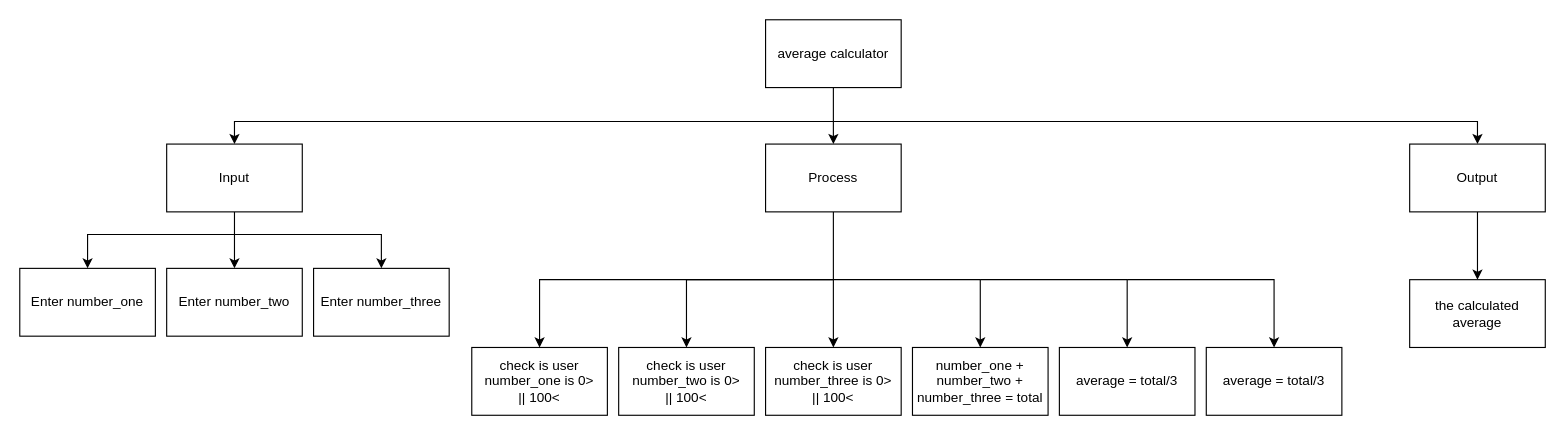
This is TopDown.Drawio from JacksonNaufal/ICS3U-Assignment3-Python, a draw.io file, before an edit. Source tidied: cells renumbered, new cells numbered last; positions are measured from the earlier drawing's top-left corner, leaving out a move shared by most shapes. Both pictures are drawn from the tidied source at 113%, with x=0, y=0 at pixel (19, 19).
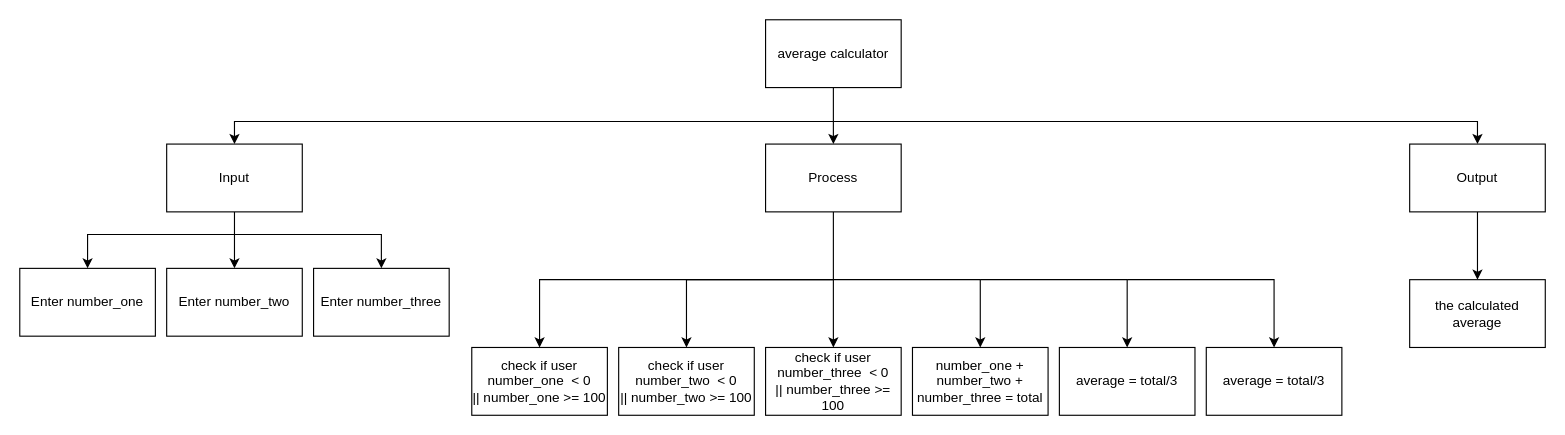
The same page after the edit.

Commit message (it also covers changes not shown here):
FlowChart && TopDown

Change to the diagram source:
```diff
@@
-    <mxCell id="20" value="check is user number_two is 0&amp;gt; &lt;br&gt;|| 100&amp;lt;" style="rounded=0;whiteSpace=wrap;html=1;" parent="1" vertex="1">
+    <mxCell id="20" value="check if user number_two&amp;nbsp; &amp;lt; 0&lt;br&gt;|| number_two &amp;gt;= 100" style="rounded=0;whiteSpace=wrap;html=1;" parent="1" vertex="1">
       <mxGeometry x="530" y="290" width="120" height="60" as="geometry" />
     </mxCell>
-    <mxCell id="21" value="check is user number_three is 0&amp;gt; &lt;br&gt;|| 100&amp;lt;" style="rounded=0;whiteSpace=wrap;html=1;" parent="1" vertex="1">
+    <mxCell id="21" value="check if user number_three&amp;nbsp; &amp;lt; 0&lt;br&gt;|| number_three &amp;gt;= 100" style="rounded=0;whiteSpace=wrap;html=1;" parent="1" vertex="1">
       <mxGeometry x="660" y="290" width="120" height="60" as="geometry" />
     </mxCell>
@@
-    <mxCell id="23" value="check is user number_one is 0&amp;gt; &lt;br&gt;|| 100&amp;lt;" style="rounded=0;whiteSpace=wrap;html=1;" parent="1" vertex="1">
+    <mxCell id="23" value="check if user number_one&amp;nbsp; &amp;lt; 0&lt;br&gt;|| number_one &amp;gt;= 100" style="rounded=0;whiteSpace=wrap;html=1;" parent="1" vertex="1">
       <mxGeometry x="400" y="290" width="120" height="60" as="geometry" />
     </mxCell>
```
